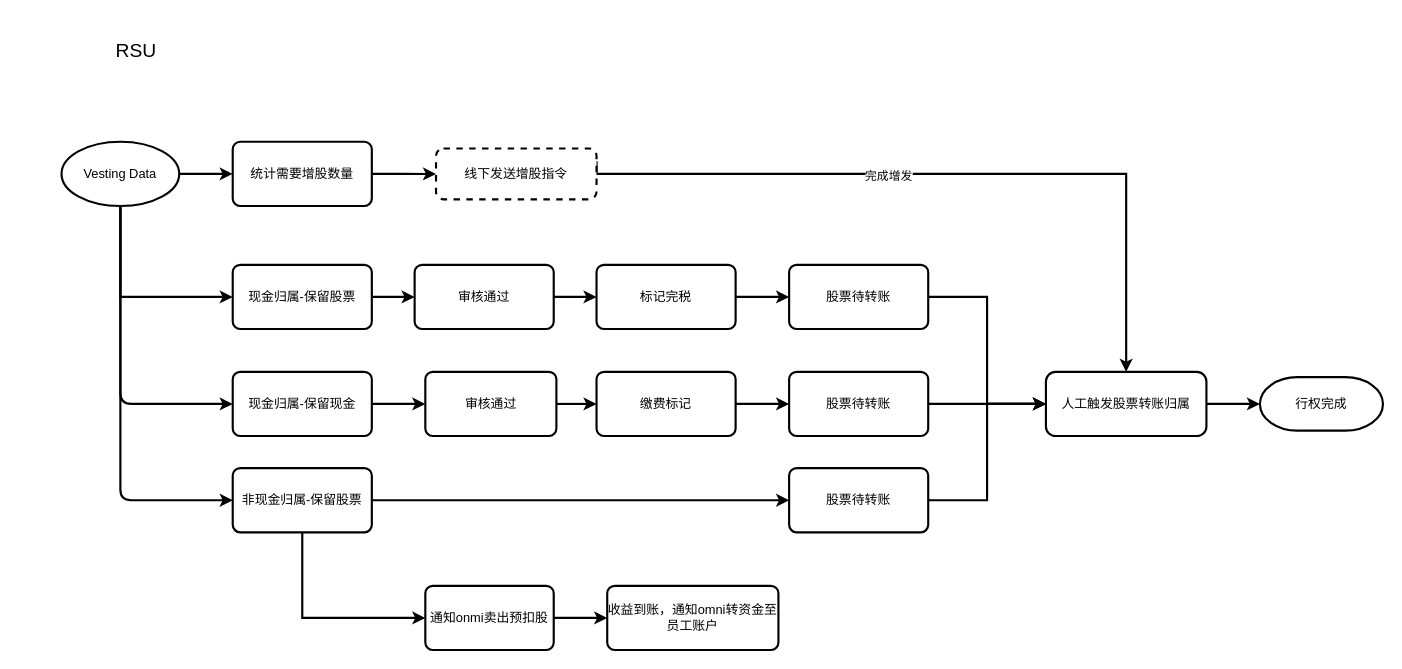
Above: 实时增发-RSU.drawio in fengyong7723131/xiaoye (draw.io), before the change. Source tidied: cells renumbered, new cells numbered last; positions are measured from the earlier drawing's top-left corner, leaving out a move shared by most shapes. Both pictures are drawn from the tidied source at 107%, with x=0, y=0 at pixel (18, 18).
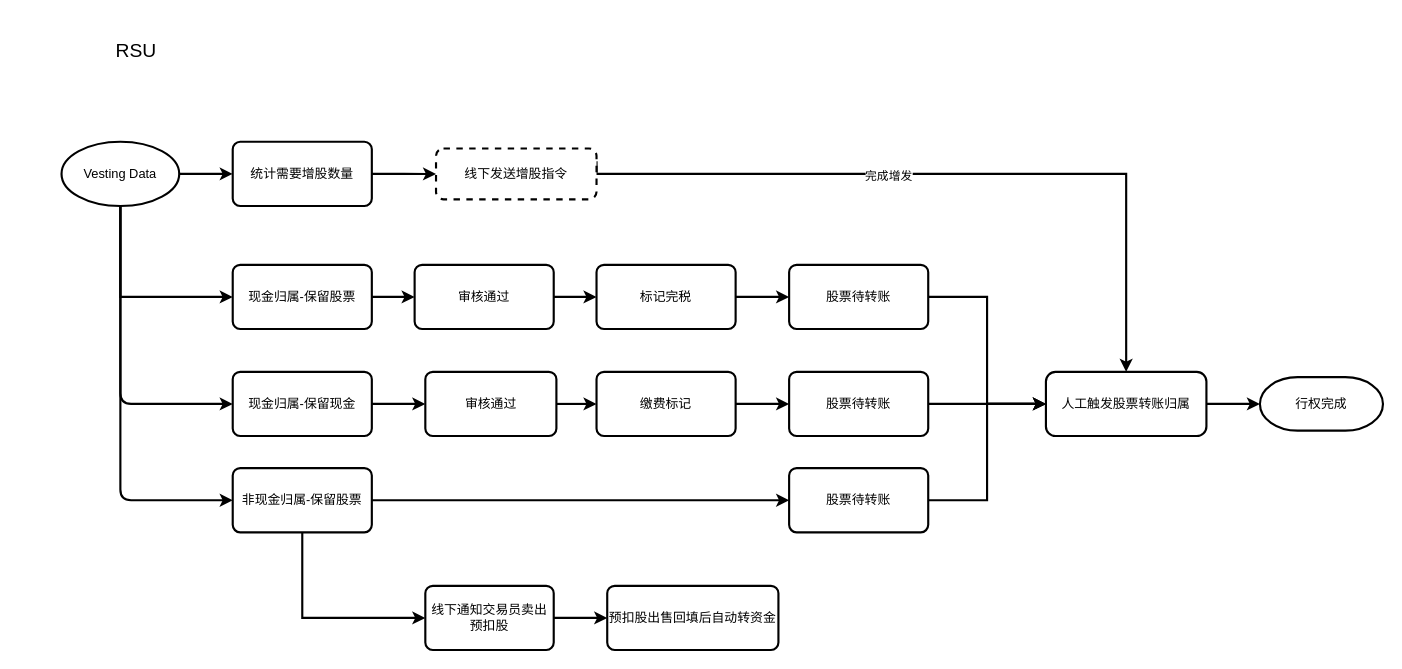
After the change.

Commit message:
更新实时增发-RSU.drawio

Change to the diagram source:
```diff
@@
-    <mxCell id="32" value="通知onmi卖出预扣股" style="rounded=1;whiteSpace=wrap;html=1;absoluteArcSize=1;arcSize=14;strokeWidth=2;" parent="1" vertex="1">
+    <mxCell id="32" value="线下通知交易员卖出预扣股" style="rounded=1;whiteSpace=wrap;html=1;absoluteArcSize=1;arcSize=14;strokeWidth=2;" parent="1" vertex="1">
       <mxGeometry x="380" y="530" width="120" height="60" as="geometry" />
     </mxCell>
-    <mxCell id="33" value="收益到账，通知omni转资金至员工账户" style="rounded=1;whiteSpace=wrap;html=1;absoluteArcSize=1;arcSize=14;strokeWidth=2;" parent="1" vertex="1">
+    <mxCell id="33" value="预扣股出售回填后自动转资金" style="rounded=1;whiteSpace=wrap;html=1;absoluteArcSize=1;arcSize=14;strokeWidth=2;" parent="1" vertex="1">
       <mxGeometry x="550" y="530" width="160" height="60" as="geometry" />
     </mxCell>
```
